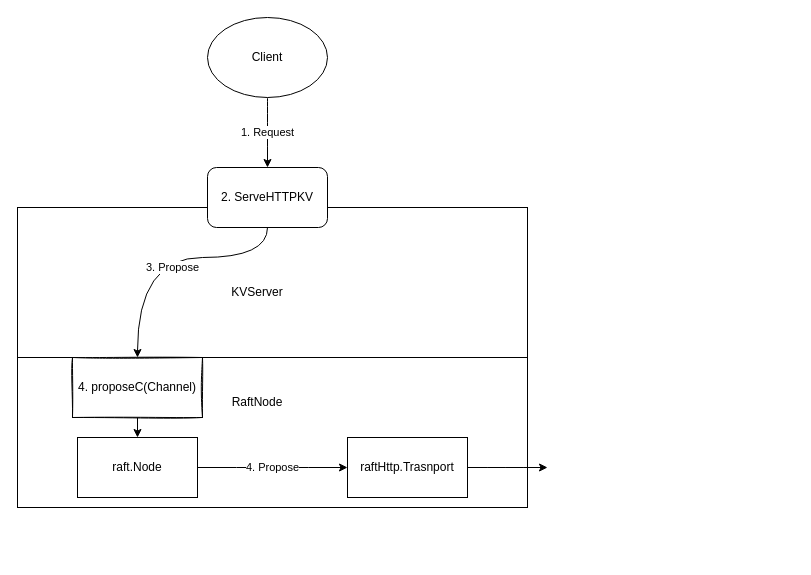
The draw.io diagram etcd_raftNode.drawio in LxkdGithub/draw.io, before the edit. Source tidied: cells renumbered, new cells numbered last; positions are measured from the earlier drawing's top-left corner, leaving out a move shared by most shapes. Both pictures are drawn from the tidied source at 100%, with x=0, y=0 at pixel (17, 17).
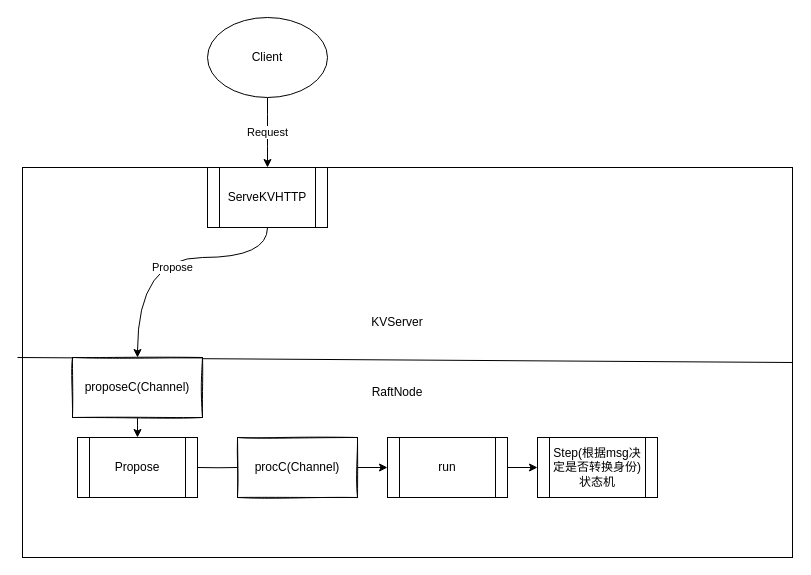
The same page after the edit.

The change refers to these unchanged cells:
```xml
<mxCell id="16" value="Client" style="ellipse;whiteSpace=wrap;html=1;rounded=0;shadow=0;glass=0;labelBackgroundColor=none;sketch=0;" parent="1" vertex="1">
  <mxGeometry x="190" width="120" height="80" as="geometry" />
</mxCell>
```

Diff of the diagram source:
```diff
@@
     <mxCell id="2" value="&lt;div style=&quot;text-align: justify;&quot;&gt;&lt;br&gt;&lt;/div&gt;" style="rounded=0;whiteSpace=wrap;html=1;sketch=0;" parent="1" vertex="1">
-      <mxGeometry y="190" width="510" height="300" as="geometry" />
+      <mxGeometry x="5" y="150" width="770" height="390" as="geometry" />
     </mxCell>
-    <mxCell id="3" value="4. Propose" style="edgeStyle=orthogonalEdgeStyle;curved=1;rounded=0;jettySize=auto;html=1;entryX=0;entryY=0.5;entryDx=0;entryDy=0;" parent="1" edge="1" source="4" target="6">
+    <mxCell id="3" style="edgeStyle=orthogonalEdgeStyle;curved=1;rounded=0;jettySize=auto;html=1;entryX=0;entryY=0.5;entryDx=0;entryDy=0;startArrow=none;" parent="1" edge="1" source="19">
       <mxGeometry relative="1" as="geometry">
+        <mxPoint x="330" y="450" as="targetPoint" />
         <Array as="points">
           <mxPoint x="260" y="450" />
           <mxPoint x="260" y="450" />
         </Array>
       </mxGeometry>
     </mxCell>
-    <mxCell id="4" value="raft.Node" style="rounded=0;whiteSpace=wrap;html=1;" parent="1" vertex="1">
-      <mxGeometry x="60" y="420" width="120" height="60" as="geometry" />
-    </mxCell>
-    <mxCell id="5" style="edgeStyle=orthogonalEdgeStyle;curved=1;rounded=0;jettySize=auto;html=1;" parent="1" edge="1" source="6">
-      <mxGeometry relative="1" as="geometry">
-        <mxPoint x="530" y="450" as="targetPoint" />
-      </mxGeometry>
-    </mxCell>
-    <mxCell id="6" value="raftHttp.Trasnport" style="rounded=0;whiteSpace=wrap;html=1;" parent="1" vertex="1">
-      <mxGeometry x="330" y="420" width="120" height="60" as="geometry" />
-    </mxCell>
     <mxCell id="7" value="KVServer" style="text;html=1;strokeColor=none;fillColor=none;align=center;verticalAlign=middle;whiteSpace=wrap;rounded=0;" parent="1" vertex="1">
-      <mxGeometry x="210" y="260" width="60" height="30" as="geometry" />
+      <mxGeometry x="350" y="290" width="60" height="30" as="geometry" />
     </mxCell>
-    <mxCell id="8" value="2. ServeHTTPKV" style="rounded=1;whiteSpace=wrap;html=1;" parent="1" vertex="1">
-      <mxGeometry x="190" y="150" width="120" height="60" as="geometry" />
-    </mxCell>
@@
-    <mxCell id="10" style="edgeStyle=orthogonalEdgeStyle;curved=1;rounded=0;jettySize=auto;html=1;entryX=0.5;entryY=0;entryDx=0;entryDy=0;" parent="1" edge="1" source="11" target="4">
-      <mxGeometry relative="1" as="geometry" />
+    <mxCell id="10" style="edgeStyle=orthogonalEdgeStyle;curved=1;rounded=0;jettySize=auto;html=1;entryX=0.5;entryY=0;entryDx=0;entryDy=0;" parent="1" edge="1" source="11">
+      <mxGeometry relative="1" as="geometry">
+        <mxPoint x="120" y="420" as="targetPoint" />
+      </mxGeometry>
     </mxCell>
-    <mxCell id="11" value="4. proposeC(Channel)" style="rounded=0;whiteSpace=wrap;html=1;labelBackgroundColor=none;sketch=1;shadow=0;glass=0;" parent="1" vertex="1">
+    <mxCell id="11" value="proposeC(Channel)" style="rounded=0;whiteSpace=wrap;html=1;labelBackgroundColor=none;sketch=1;shadow=0;glass=0;" parent="1" vertex="1">
       <mxGeometry x="55" y="340" width="130" height="60" as="geometry" />
     </mxCell>
@@
-    <mxCell id="13" style="endArrow=classic;html=1;rounded=0;entryX=0.5;entryY=0;entryDx=0;entryDy=0;exitX=0.5;exitY=1;exitDx=0;exitDy=0;edgeStyle=orthogonalEdgeStyle;curved=1;" parent="1" edge="1" source="8" target="11">
+    <mxCell id="13" style="endArrow=classic;html=1;rounded=0;entryX=0.5;entryY=0;entryDx=0;entryDy=0;exitX=0.5;exitY=1;exitDx=0;exitDy=0;edgeStyle=orthogonalEdgeStyle;curved=1;" parent="1" edge="1" target="11">
       <mxGeometry relative="1" as="geometry">
+        <mxPoint x="250" y="210" as="sourcePoint" />
         <Array as="points">
           <mxPoint x="250" y="240" />
           <mxPoint x="120" y="240" />
         </Array>
       </mxGeometry>
     </mxCell>
-    <mxCell id="14" value="3. Propose" style="edgeLabel;html=1;align=center;verticalAlign=middle;" parent="13" vertex="1">
+    <mxCell id="14" value="Propose" style="edgeLabel;html=1;align=center;verticalAlign=middle;" parent="13" vertex="1">
       <mxGeometry x="-0.03" y="9" relative="1" as="geometry" />
     </mxCell>
-    <mxCell id="15" value="1. Request" style="edgeStyle=orthogonalEdgeStyle;curved=1;rounded=0;jettySize=auto;html=1;entryX=0.5;entryY=0;entryDx=0;entryDy=0;" parent="1" edge="1" source="16" target="8">
-      <mxGeometry relative="1" as="geometry" />
+    <mxCell id="15" value="Request" style="edgeStyle=orthogonalEdgeStyle;curved=1;rounded=0;jettySize=auto;html=1;entryX=0.5;entryY=0;entryDx=0;entryDy=0;" parent="1" edge="1" source="16">
+      <mxGeometry relative="1" as="geometry">
+        <mxPoint x="250" y="150" as="targetPoint" />
+      </mxGeometry>
     </mxCell>
@@
     <mxCell id="17" value="RaftNode" style="text;html=1;strokeColor=none;fillColor=none;align=center;verticalAlign=middle;whiteSpace=wrap;rounded=0;" parent="1" vertex="1">
-      <mxGeometry x="210" y="370" width="60" height="30" as="geometry" />
+      <mxGeometry x="350" y="360" width="60" height="30" as="geometry" />
     </mxCell>
+    <mxCell id="18" style="edgeStyle=orthogonalEdgeStyle;rounded=0;jettySize=auto;html=1;entryX=0;entryY=0.5;entryDx=0;entryDy=0;" parent="1" edge="1" source="19" target="23">
+      <mxGeometry relative="1" as="geometry" />
+    </mxCell>
+    <mxCell id="19" value="procC(Channel)" style="rounded=0;whiteSpace=wrap;html=1;sketch=1;" parent="1" vertex="1">
+      <mxGeometry x="220" y="420" width="120" height="60" as="geometry" />
+    </mxCell>
+    <mxCell id="20" style="edgeStyle=orthogonalEdgeStyle;curved=1;rounded=0;jettySize=auto;html=1;entryX=0;entryY=0.5;entryDx=0;entryDy=0;endArrow=none;" parent="1" edge="1" target="19">
+      <mxGeometry relative="1" as="geometry">
+        <mxPoint x="180" y="450" as="sourcePoint" />
+      </mxGeometry>
+    </mxCell>
+    <mxCell id="21" value="Propose" style="shape=process;whiteSpace=wrap;html=1;backgroundOutline=1;sketch=0;" parent="1" vertex="1">
+      <mxGeometry x="60" y="420" width="120" height="60" as="geometry" />
+    </mxCell>
+    <mxCell id="22" style="edgeStyle=orthogonalEdgeStyle;rounded=0;jettySize=auto;html=1;entryX=0;entryY=0.5;entryDx=0;entryDy=0;" parent="1" edge="1" source="23" target="25">
+      <mxGeometry relative="1" as="geometry" />
+    </mxCell>
+    <mxCell id="23" value="run" style="shape=process;whiteSpace=wrap;html=1;backgroundOutline=1;sketch=0;" parent="1" vertex="1">
+      <mxGeometry x="370" y="420" width="120" height="60" as="geometry" />
+    </mxCell>
+    <mxCell id="24" value="ServeKVHTTP" style="shape=process;whiteSpace=wrap;html=1;backgroundOutline=1;sketch=0;" parent="1" vertex="1">
+      <mxGeometry x="190" y="150" width="120" height="60" as="geometry" />
+    </mxCell>
+    <mxCell id="25" value="Step(根据msg决定是否转换身份)&lt;br&gt;状态机" style="shape=process;whiteSpace=wrap;html=1;backgroundOutline=1;sketch=0;" parent="1" vertex="1">
+      <mxGeometry x="520" y="420" width="120" height="60" as="geometry" />
+    </mxCell>
```
